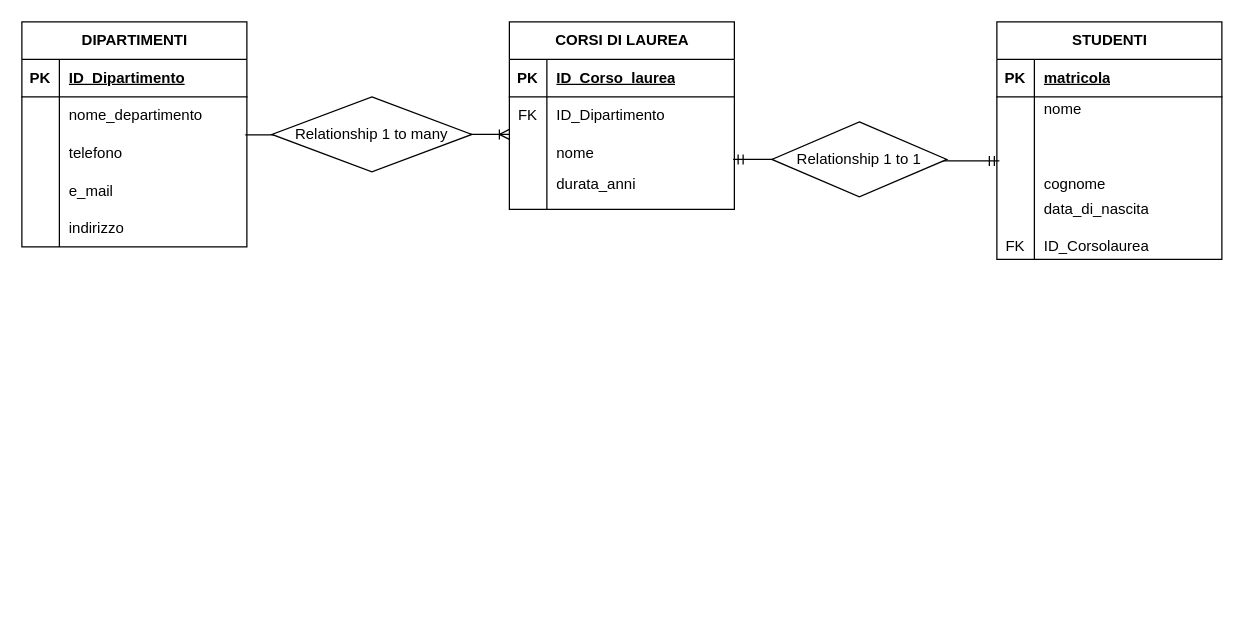
angelostori/db-university keeps this draw.io diagram as schema.dio. Above is the earlier version. Source tidied: cells renumbered, new cells numbered last; positions are measured from the earlier drawing's top-left corner, leaving out a move shared by most shapes. Both pictures are drawn from the tidied source at 125%, with x=0, y=0 at pixel (21, 21).
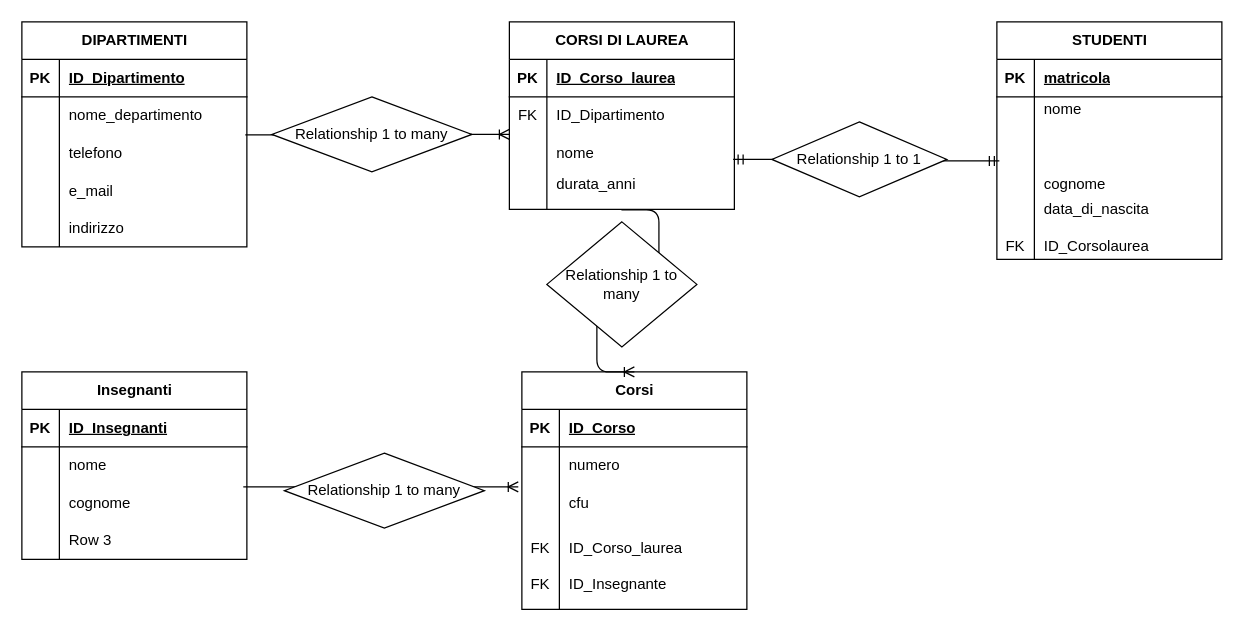
After the change.

Commit message:
Add Corsi and Insegnanti tables with relationships to the schema

Unchanged cells that the change refers to:
```xml
<mxCell id="25" style="shape=tableRow;horizontal=0;startSize=0;swimlaneHead=0;swimlaneBody=0;fillColor=none;points=[[0,0.5],[1,0.5]];portConstraint=eastwest;top=0;left=0;right=0;bottom=0;" parent="15" vertex="1">
  <mxGeometry y="120" width="180" height="30" as="geometry" />
</mxCell>
```

Diff of the diagram source:
```diff
@@
+    <mxCell id="47" value="Corsi" style="shape=table;startSize=30;childLayout=tableLayout;rowLines=0;fontStyle=1;align=center;html=1;" parent="1" vertex="1">
+      <mxGeometry x="400" y="280" width="180" height="190" as="geometry" />
+    </mxCell>
+    <mxCell id="48" style="shape=tableRow;horizontal=0;startSize=0;swimlaneHead=0;swimlaneBody=0;fillColor=none;top=0;left=0;right=0;bottom=1;" parent="47" vertex="1">
+      <mxGeometry y="30" width="180" height="30" as="geometry" />
+    </mxCell>
+    <mxCell id="49" value="PK" style="shape=partialRectangle;fillColor=none;top=0;left=0;bottom=0;right=0;fontStyle=1;overflow=hidden;whiteSpace=wrap;html=1;" parent="48" vertex="1">
+      <mxGeometry width="30" height="30" as="geometry" />
+    </mxCell>
+    <mxCell id="50" value="ID_Corso" style="shape=partialRectangle;fillColor=none;top=0;left=0;bottom=0;right=0;align=left;spacingLeft=6;fontStyle=5;overflow=hidden;whiteSpace=wrap;html=1;" parent="48" vertex="1">
+      <mxGeometry x="30" width="150" height="30" as="geometry" />
+    </mxCell>
+    <mxCell id="51" style="shape=tableRow;horizontal=0;startSize=0;swimlaneHead=0;swimlaneBody=0;fillColor=none;top=0;left=0;right=0;bottom=0;" parent="47" vertex="1">
+      <mxGeometry y="60" width="180" height="30" as="geometry" />
+    </mxCell>
+    <mxCell id="52" style="shape=partialRectangle;fillColor=none;top=0;left=0;bottom=0;right=0;overflow=hidden;whiteSpace=wrap;html=1;" parent="51" vertex="1">
+      <mxGeometry width="30" height="30" as="geometry" />
+    </mxCell>
+    <mxCell id="53" value="numero" style="shape=partialRectangle;fillColor=none;top=0;left=0;bottom=0;right=0;align=left;spacingLeft=6;overflow=hidden;whiteSpace=wrap;html=1;" parent="51" vertex="1">
+      <mxGeometry x="30" width="150" height="30" as="geometry" />
+    </mxCell>
+    <mxCell id="54" style="shape=tableRow;horizontal=0;startSize=0;swimlaneHead=0;swimlaneBody=0;fillColor=none;points=[[0,0.5],[1,0.5]];portConstraint=eastwest;top=0;left=0;right=0;bottom=0;" parent="47" vertex="1">
+      <mxGeometry y="90" width="180" height="30" as="geometry" />
+    </mxCell>
+    <mxCell id="55" style="shape=partialRectangle;fillColor=none;top=0;left=0;bottom=0;right=0;overflow=hidden;whiteSpace=wrap;html=1;" parent="54" vertex="1">
+      <mxGeometry width="30" height="30" as="geometry" />
+    </mxCell>
+    <mxCell id="56" value="cfu" style="shape=partialRectangle;fillColor=none;top=0;left=0;bottom=0;right=0;align=left;spacingLeft=6;overflow=hidden;whiteSpace=wrap;html=1;" parent="54" vertex="1">
+      <mxGeometry x="30" width="150" height="30" as="geometry" />
+    </mxCell>
+    <mxCell id="57" style="shape=tableRow;horizontal=0;startSize=0;swimlaneHead=0;swimlaneBody=0;fillColor=none;top=0;left=0;right=0;bottom=0;" parent="47" vertex="1">
+      <mxGeometry y="120" width="180" height="70" as="geometry" />
+    </mxCell>
+    <mxCell id="58" value="FK&lt;div&gt;&lt;br&gt;&lt;/div&gt;&lt;div&gt;FK&lt;/div&gt;" style="shape=partialRectangle;fillColor=none;top=0;left=0;bottom=0;right=0;overflow=hidden;whiteSpace=wrap;html=1;" parent="57" vertex="1">
+      <mxGeometry width="30" height="70" as="geometry" />
+    </mxCell>
+    <mxCell id="59" value="ID_Corso_laurea&lt;div&gt;&lt;br&gt;&lt;/div&gt;&lt;div&gt;ID_Insegnante&lt;/div&gt;" style="shape=partialRectangle;fillColor=none;top=0;left=0;bottom=0;right=0;align=left;spacingLeft=6;overflow=hidden;whiteSpace=wrap;html=1;" parent="57" vertex="1">
+      <mxGeometry x="30" width="150" height="70" as="geometry" />
+    </mxCell>
+    <mxCell id="60" style="edgeStyle=entityRelationEdgeStyle;fontSize=12;html=1;endArrow=ERoneToMany;exitX=0.498;exitY=1.013;exitDx=0;exitDy=0;exitPerimeter=0;entryX=0.5;entryY=0;entryDx=0;entryDy=0;" parent="1" edge="1" source="25" target="47">
+      <mxGeometry relative="1" as="geometry">
+        <Array as="points">
+          <mxPoint x="490" y="250" />
+          <mxPoint x="490" y="260" />
+        </Array>
+      </mxGeometry>
+    </mxCell>
+    <mxCell id="61" value="Relationship 1 to many" style="shape=rhombus;perimeter=rhombusPerimeter;whiteSpace=wrap;html=1;align=center;" parent="1" vertex="1">
+      <mxGeometry x="420" y="160" width="120" height="100" as="geometry" />
+    </mxCell>
+    <mxCell id="62" value="Insegnanti" style="shape=table;startSize=30;childLayout=tableLayout;rowLines=0;fontStyle=1;align=center;html=1;" parent="1" vertex="1">
+      <mxGeometry y="280" width="180" height="150" as="geometry" />
+    </mxCell>
+    <mxCell id="63" style="shape=tableRow;horizontal=0;startSize=0;swimlaneHead=0;swimlaneBody=0;fillColor=none;top=0;left=0;right=0;bottom=1;" parent="62" vertex="1">
+      <mxGeometry y="30" width="180" height="30" as="geometry" />
+    </mxCell>
+    <mxCell id="64" value="PK" style="shape=partialRectangle;fillColor=none;top=0;left=0;bottom=0;right=0;fontStyle=1;overflow=hidden;whiteSpace=wrap;html=1;" parent="63" vertex="1">
+      <mxGeometry width="30" height="30" as="geometry" />
+    </mxCell>
+    <mxCell id="65" value="ID_Insegnanti" style="shape=partialRectangle;fillColor=none;top=0;left=0;bottom=0;right=0;align=left;spacingLeft=6;fontStyle=5;overflow=hidden;whiteSpace=wrap;html=1;" parent="63" vertex="1">
+      <mxGeometry x="30" width="150" height="30" as="geometry" />
+    </mxCell>
+    <mxCell id="66" style="shape=tableRow;horizontal=0;startSize=0;swimlaneHead=0;swimlaneBody=0;fillColor=none;top=0;left=0;right=0;bottom=0;" parent="62" vertex="1">
+      <mxGeometry y="60" width="180" height="30" as="geometry" />
+    </mxCell>
+    <mxCell id="67" style="shape=partialRectangle;fillColor=none;top=0;left=0;bottom=0;right=0;overflow=hidden;whiteSpace=wrap;html=1;" parent="66" vertex="1">
+      <mxGeometry width="30" height="30" as="geometry" />
+    </mxCell>
+    <mxCell id="68" value="nome" style="shape=partialRectangle;fillColor=none;top=0;left=0;bottom=0;right=0;align=left;spacingLeft=6;overflow=hidden;whiteSpace=wrap;html=1;" parent="66" vertex="1">
+      <mxGeometry x="30" width="150" height="30" as="geometry" />
+    </mxCell>
+    <mxCell id="69" style="shape=tableRow;horizontal=0;startSize=0;swimlaneHead=0;swimlaneBody=0;fillColor=none;points=[[0,0.5],[1,0.5]];portConstraint=eastwest;top=0;left=0;right=0;bottom=0;" parent="62" vertex="1">
+      <mxGeometry y="90" width="180" height="30" as="geometry" />
+    </mxCell>
+    <mxCell id="70" style="shape=partialRectangle;fillColor=none;top=0;left=0;bottom=0;right=0;overflow=hidden;whiteSpace=wrap;html=1;" parent="69" vertex="1">
+      <mxGeometry width="30" height="30" as="geometry" />
+    </mxCell>
+    <mxCell id="71" value="cognome" style="shape=partialRectangle;fillColor=none;top=0;left=0;bottom=0;right=0;align=left;spacingLeft=6;overflow=hidden;whiteSpace=wrap;html=1;" parent="69" vertex="1">
+      <mxGeometry x="30" width="150" height="30" as="geometry" />
+    </mxCell>
+    <mxCell id="72" style="shape=tableRow;horizontal=0;startSize=0;swimlaneHead=0;swimlaneBody=0;fillColor=none;top=0;left=0;right=0;bottom=0;" parent="62" vertex="1">
+      <mxGeometry y="120" width="180" height="30" as="geometry" />
+    </mxCell>
+    <mxCell id="73" style="shape=partialRectangle;fillColor=none;top=0;left=0;bottom=0;right=0;overflow=hidden;whiteSpace=wrap;html=1;" parent="72" vertex="1">
+      <mxGeometry width="30" height="30" as="geometry" />
+    </mxCell>
+    <mxCell id="74" value="Row 3" style="shape=partialRectangle;fillColor=none;top=0;left=0;bottom=0;right=0;align=left;spacingLeft=6;overflow=hidden;whiteSpace=wrap;html=1;" parent="72" vertex="1">
+      <mxGeometry x="30" width="150" height="30" as="geometry" />
+    </mxCell>
+    <mxCell id="75" style="edgeStyle=entityRelationEdgeStyle;fontSize=12;html=1;endArrow=ERoneToMany;exitX=0.984;exitY=0.067;exitDx=0;exitDy=0;exitPerimeter=0;entryX=-0.016;entryY=0.067;entryDx=0;entryDy=0;entryPerimeter=0;" parent="1" edge="1" source="69" target="54">
+      <mxGeometry relative="1" as="geometry" />
+    </mxCell>
+    <mxCell id="76" value="Relationship 1 to many" style="shape=rhombus;perimeter=rhombusPerimeter;whiteSpace=wrap;html=1;align=center;" parent="1" vertex="1">
+      <mxGeometry x="210" y="345" width="160" height="60" as="geometry" />
+    </mxCell>
```
